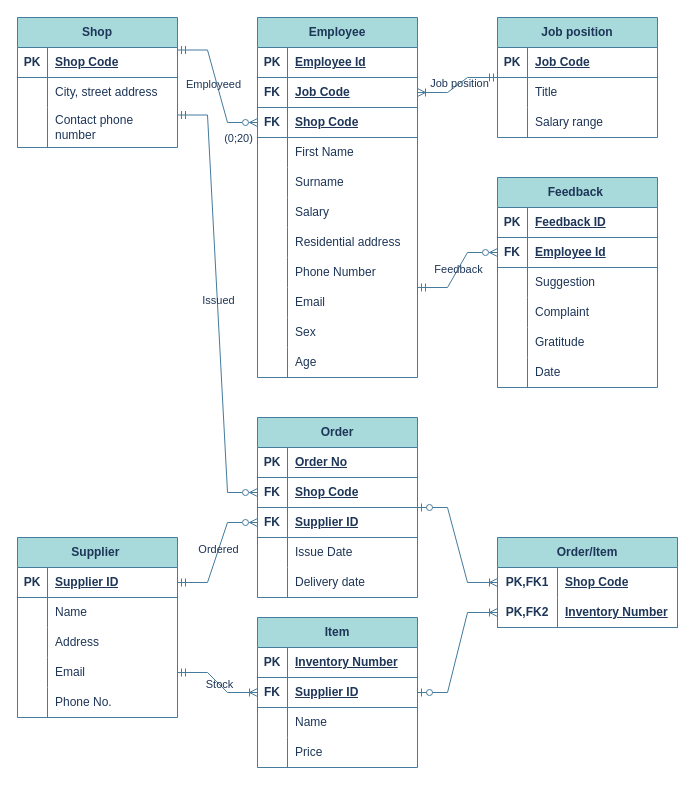
The draw.io diagram ERD.drawio in Che10vec/temp, before the edit. Source tidied: cells renumbered, new cells numbered last; positions are measured from the earlier drawing's top-left corner, leaving out a move shared by most shapes. Both pictures are drawn from the tidied source at 100%, with x=0, y=0 at pixel (17, 17).
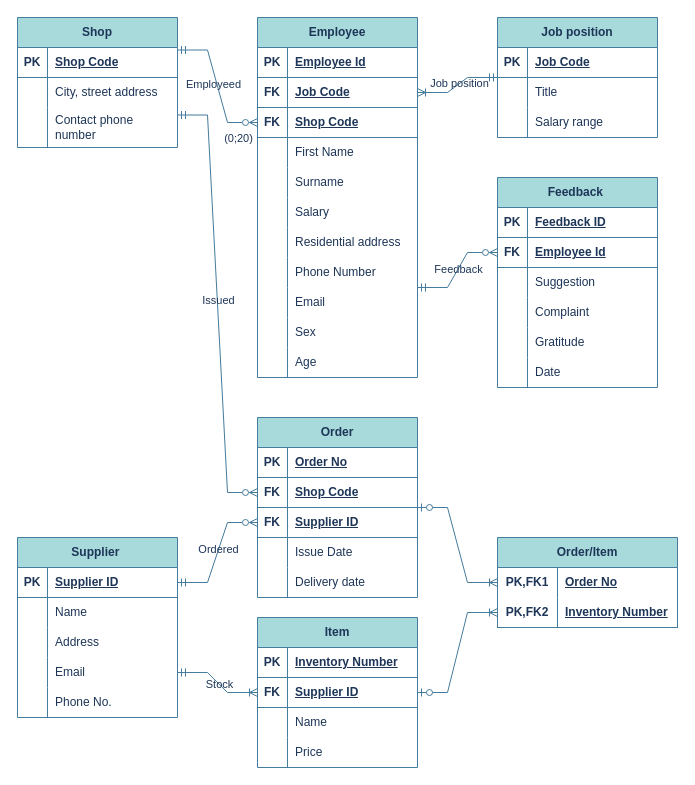
Above is the later version.

The change refers to these unchanged cells:
```xml
<mxCell id="134" style="shape=tableRow;horizontal=0;startSize=0;swimlaneHead=0;swimlaneBody=0;fillColor=none;points=[[0,0.5],[1,0.5]];portConstraint=eastwest;top=0;left=0;right=0;bottom=0;html=1;labelBackgroundColor=none;strokeColor=#457B9D;fontColor=#1D3557;" parent="133" vertex="1">
  <mxGeometry y="30" width="180" height="30" as="geometry" />
</mxCell>
```

Change to the diagram source:
```diff
@@
-    <mxCell id="136" value="Shop Code" style="shape=partialRectangle;fillColor=none;top=0;left=0;bottom=0;right=0;align=left;spacingLeft=6;fontStyle=5;overflow=hidden;html=1;whiteSpace=wrap;labelBackgroundColor=none;strokeColor=#457B9D;fontColor=#1D3557;" parent="134" vertex="1">
+    <mxCell id="136" value="Order No" style="shape=partialRectangle;fillColor=none;top=0;left=0;bottom=0;right=0;align=left;spacingLeft=6;fontStyle=5;overflow=hidden;html=1;whiteSpace=wrap;labelBackgroundColor=none;strokeColor=#457B9D;fontColor=#1D3557;" parent="134" vertex="1">
       <mxGeometry x="60" width="120" height="30" as="geometry" />
     </mxCell>
```
